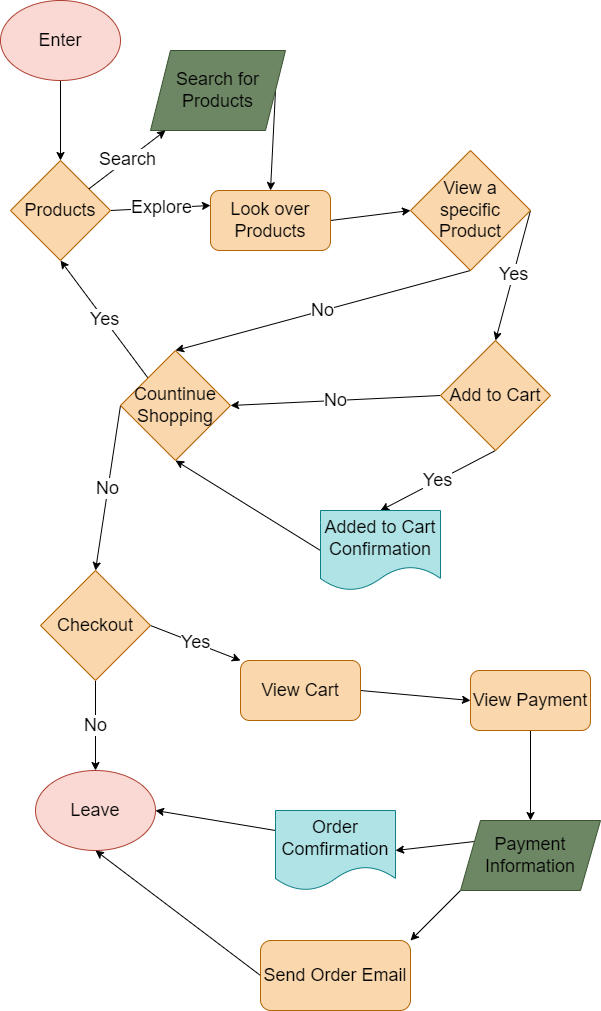
Before: explore/diagramming/diagram.drawio.png, a diagram exported from draw.io (litianqing2887/fa23-cse110-lab4). Source tidied: cells renumbered, new cells last; positions are measured from the earlier drawing's top-left corner, leaving out a move shared by most shapes.
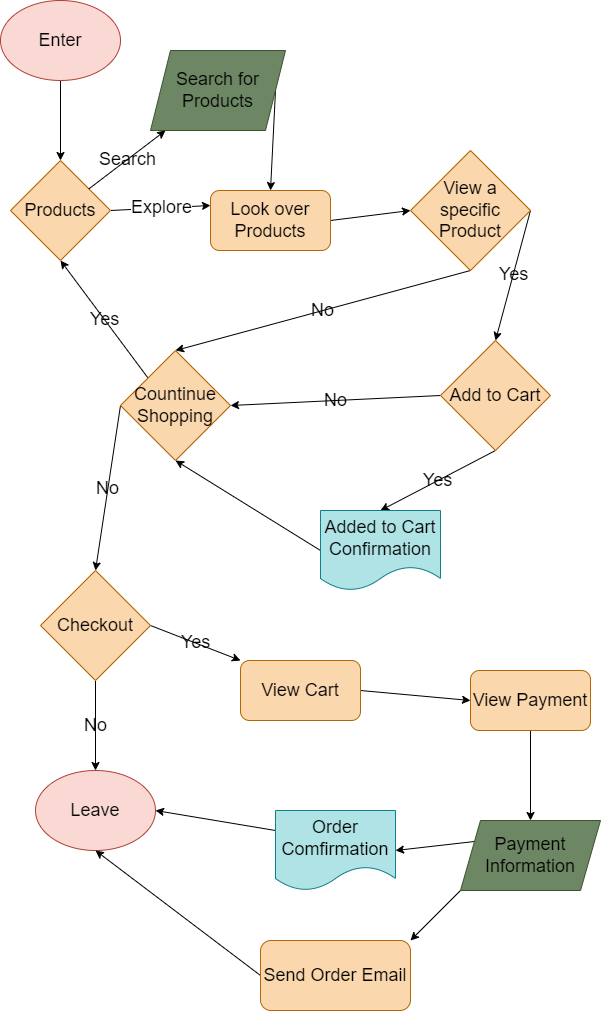
Later version of the same file.

What changed in the source:
```diff
@@ -20,7 +20,7 @@
     <mxCell id="7" value="&lt;font&gt;Search for&lt;br&gt;Products&lt;br&gt;&lt;/font&gt;" style="shape=parallelogram;perimeter=parallelogramPerimeter;whiteSpace=wrap;html=1;fixedSize=1;labelBackgroundColor=none;fontSize=18;fillColor=#6d8764;strokeColor=#3A5431;fontColor=#000000;" parent="1" vertex="1">
       <mxGeometry x="150" y="50" width="135" height="80" as="geometry" />
     </mxCell>
-    <mxCell id="8" value="&lt;font&gt;Search&lt;/font&gt;" style="edgeStyle=none;html=1;fontSize=18;fontColor=#000000;" parent="1" edge="1" source="5" target="7">
+    <mxCell id="8" value="&lt;font&gt;Search&lt;/font&gt;" style="edgeStyle=none;html=1;fontSize=18;fontColor=#000000;labelBackgroundColor=none;" parent="1" edge="1" source="5" target="7">
       <mxGeometry relative="1" as="geometry" />
     </mxCell>
     <mxCell id="9" style="edgeStyle=none;html=1;exitX=1;exitY=0.5;exitDx=0;exitDy=0;entryX=0;entryY=0.5;entryDx=0;entryDy=0;fontSize=18;fontColor=#000000;" parent="1" edge="1" source="10" target="13">
@@ -29,28 +29,28 @@
     <mxCell id="10" value="&lt;font&gt;Look over Products&lt;/font&gt;" style="rounded=1;whiteSpace=wrap;html=1;labelBackgroundColor=none;fontSize=18;fillColor=#fad7ac;strokeColor=#b46504;fontColor=#000000;" parent="1" vertex="1">
       <mxGeometry x="210" y="190" width="120" height="60" as="geometry" />
     </mxCell>
-    <mxCell id="11" value="Yes" style="edgeStyle=none;html=1;exitX=1;exitY=0.5;exitDx=0;exitDy=0;entryX=0.5;entryY=0;entryDx=0;entryDy=0;fontSize=18;fontColor=#000000;" parent="1" edge="1" source="13" target="16">
+    <mxCell id="11" value="Yes" style="edgeStyle=none;html=1;exitX=1;exitY=0.5;exitDx=0;exitDy=0;entryX=0.5;entryY=0;entryDx=0;entryDy=0;fontSize=18;fontColor=#000000;labelBackgroundColor=none;" parent="1" edge="1" source="13" target="16">
       <mxGeometry relative="1" as="geometry" />
     </mxCell>
-    <mxCell id="12" value="No" style="edgeStyle=none;html=1;exitX=0.5;exitY=1;exitDx=0;exitDy=0;entryX=0.5;entryY=0;entryDx=0;entryDy=0;fontSize=18;fontColor=#000000;" parent="1" edge="1" source="13" target="19">
+    <mxCell id="12" value="No" style="edgeStyle=none;html=1;exitX=0.5;exitY=1;exitDx=0;exitDy=0;entryX=0.5;entryY=0;entryDx=0;entryDy=0;fontSize=18;fontColor=#000000;labelBackgroundColor=none;" parent="1" edge="1" source="13" target="19">
       <mxGeometry relative="1" as="geometry" />
     </mxCell>
     <mxCell id="13" value="View a specific Product" style="rhombus;whiteSpace=wrap;html=1;labelBackgroundColor=none;fontSize=18;fillColor=#fad7ac;strokeColor=#b46504;fontColor=#000000;" parent="1" vertex="1">
       <mxGeometry x="410" y="150" width="120" height="120" as="geometry" />
     </mxCell>
-    <mxCell id="14" value="No" style="edgeStyle=none;html=1;exitX=0;exitY=0.5;exitDx=0;exitDy=0;entryX=1;entryY=0.5;entryDx=0;entryDy=0;fontSize=18;fontColor=#000000;" parent="1" edge="1" source="16" target="19">
+    <mxCell id="14" value="No" style="edgeStyle=none;html=1;exitX=0;exitY=0.5;exitDx=0;exitDy=0;entryX=1;entryY=0.5;entryDx=0;entryDy=0;fontSize=18;fontColor=#000000;labelBackgroundColor=none;" parent="1" edge="1" source="16" target="19">
       <mxGeometry relative="1" as="geometry" />
     </mxCell>
-    <mxCell id="15" value="Yes" style="edgeStyle=none;html=1;exitX=0.5;exitY=1;exitDx=0;exitDy=0;entryX=0.5;entryY=0;entryDx=0;entryDy=0;fontSize=18;fontColor=#000000;" parent="1" edge="1" source="16" target="21">
+    <mxCell id="15" value="Yes" style="edgeStyle=none;html=1;exitX=0.5;exitY=1;exitDx=0;exitDy=0;entryX=0.5;entryY=0;entryDx=0;entryDy=0;fontSize=18;fontColor=#000000;labelBackgroundColor=none;" parent="1" edge="1" source="16" target="21">
       <mxGeometry relative="1" as="geometry" />
     </mxCell>
     <mxCell id="16" value="Add to Cart" style="rhombus;whiteSpace=wrap;html=1;labelBackgroundColor=none;fontSize=18;fillColor=#fad7ac;strokeColor=#b46504;fontColor=#000000;" parent="1" vertex="1">
       <mxGeometry x="440" y="340" width="110" height="110" as="geometry" />
     </mxCell>
-    <mxCell id="17" value="Yes" style="edgeStyle=none;html=1;exitX=0;exitY=0;exitDx=0;exitDy=0;entryX=0.5;entryY=1;entryDx=0;entryDy=0;fontSize=18;fontColor=#000000;" parent="1" edge="1" source="19" target="5">
+    <mxCell id="17" value="Yes" style="edgeStyle=none;html=1;exitX=0;exitY=0;exitDx=0;exitDy=0;entryX=0.5;entryY=1;entryDx=0;entryDy=0;fontSize=18;fontColor=#000000;labelBackgroundColor=none;" parent="1" edge="1" source="19" target="5">
       <mxGeometry relative="1" as="geometry" />
     </mxCell>
-    <mxCell id="18" value="No" style="edgeStyle=none;html=1;exitX=0;exitY=0.5;exitDx=0;exitDy=0;entryX=0.5;entryY=0;entryDx=0;entryDy=0;fontSize=18;fontColor=#000000;" parent="1" edge="1" source="19" target="24">
+    <mxCell id="18" value="No" style="edgeStyle=none;html=1;exitX=0;exitY=0.5;exitDx=0;exitDy=0;entryX=0.5;entryY=0;entryDx=0;entryDy=0;fontSize=18;fontColor=#000000;labelBackgroundColor=none;" parent="1" edge="1" source="19" target="24">
       <mxGeometry relative="1" as="geometry" />
     </mxCell>
     <mxCell id="19" value="&lt;font&gt;Countinue Shopping&lt;/font&gt;" style="rhombus;whiteSpace=wrap;html=1;labelBackgroundColor=none;fontSize=18;fillColor=#fad7ac;strokeColor=#b46504;fontColor=#000000;" parent="1" vertex="1">
@@ -62,10 +62,10 @@
     <mxCell id="21" value="&lt;font&gt;Added to Cart Confirmation&lt;/font&gt;" style="shape=document;whiteSpace=wrap;html=1;boundedLbl=1;labelBackgroundColor=none;fontSize=18;fillColor=#b0e3e6;strokeColor=#0e8088;fontColor=#000000;" parent="1" vertex="1">
       <mxGeometry x="320" y="510" width="120" height="80" as="geometry" />
     </mxCell>
-    <mxCell id="22" value="No" style="edgeStyle=none;html=1;exitX=0.5;exitY=1;exitDx=0;exitDy=0;entryX=0.5;entryY=0;entryDx=0;entryDy=0;fontSize=18;fontColor=#000000;" parent="1" edge="1" source="24" target="25">
+    <mxCell id="22" value="No" style="edgeStyle=none;html=1;exitX=0.5;exitY=1;exitDx=0;exitDy=0;entryX=0.5;entryY=0;entryDx=0;entryDy=0;fontSize=18;fontColor=#000000;labelBackgroundColor=none;" parent="1" edge="1" source="24" target="25">
       <mxGeometry relative="1" as="geometry" />
     </mxCell>
-    <mxCell id="23" value="Yes" style="edgeStyle=none;html=1;exitX=1;exitY=0.5;exitDx=0;exitDy=0;entryX=0;entryY=0;entryDx=0;entryDy=0;fontSize=18;fontColor=#000000;" parent="1" edge="1" source="24" target="27">
+    <mxCell id="23" value="Yes" style="edgeStyle=none;html=1;exitX=1;exitY=0.5;exitDx=0;exitDy=0;entryX=0;entryY=0;entryDx=0;entryDy=0;fontSize=18;fontColor=#000000;labelBackgroundColor=none;" parent="1" edge="1" source="24" target="27">
       <mxGeometry relative="1" as="geometry" />
     </mxCell>
     <mxCell id="24" value="Checkout" style="rhombus;whiteSpace=wrap;html=1;labelBackgroundColor=none;fontSize=18;fillColor=#fad7ac;strokeColor=#b46504;fontColor=#000000;" parent="1" vertex="1">
```
